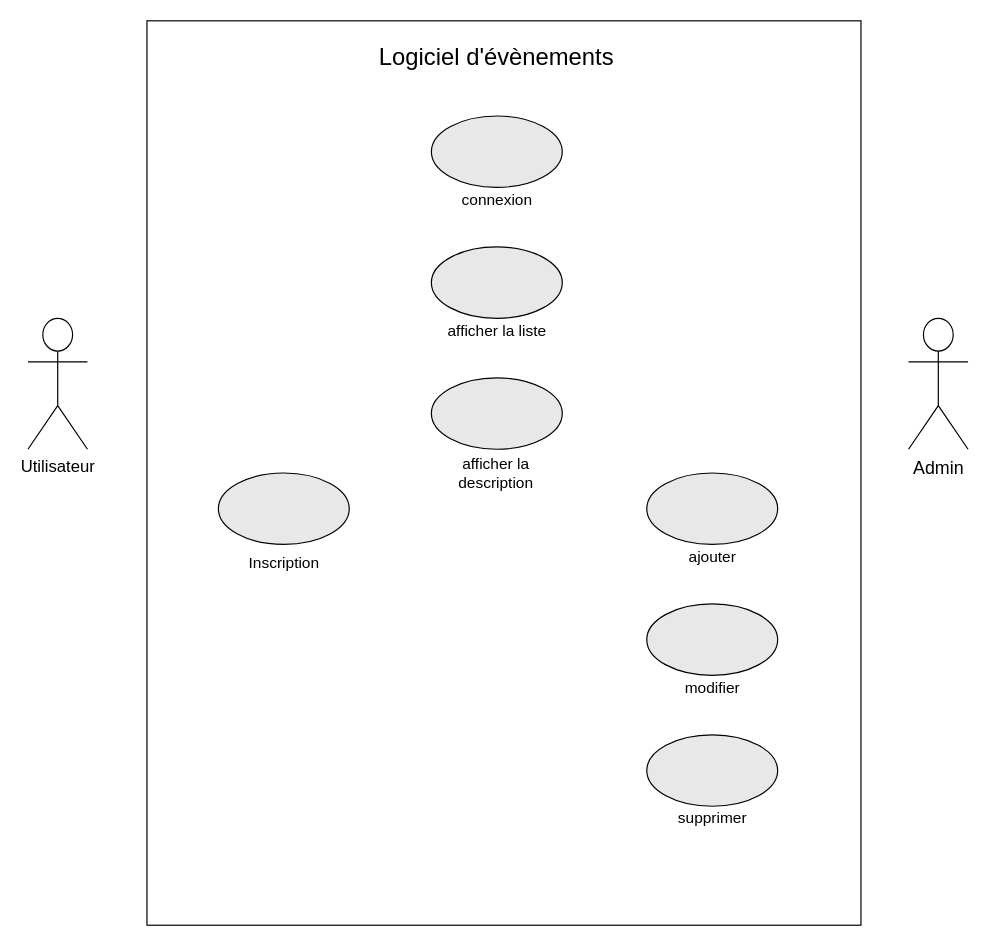
The draw.io diagram Untitled Diagram.drawio in Thhems/GLPOO-MALIX, before the edit. Source tidied: cells renumbered, new cells numbered last; positions are measured from the earlier drawing's top-left corner, leaving out a move shared by most shapes. Both pictures are drawn from the tidied source at 119%, with x=0, y=0 at pixel (27, 20).
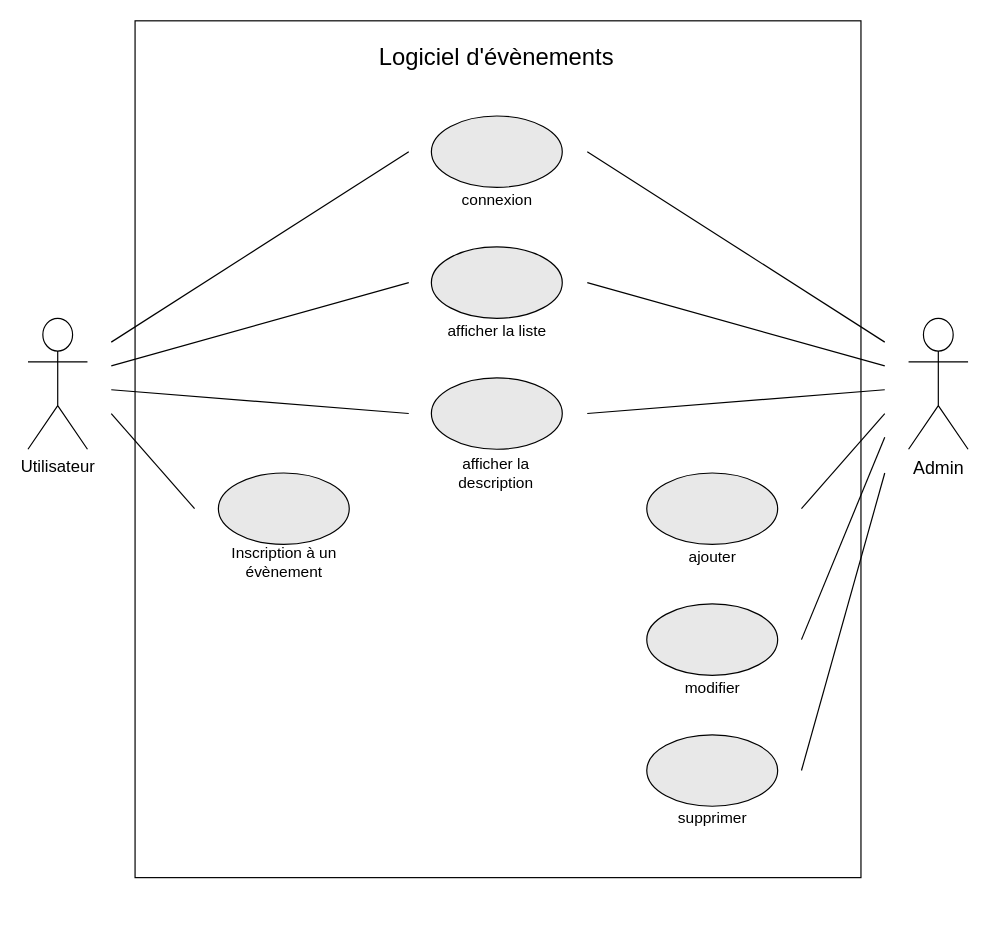
The same diagram, later.

Commit message:
Use case Diagram.drawio

Diff of the diagram source:
```diff
@@
+    <mxCell id="20" style="rounded=0;whiteSpace=wrap;html=1;gradientColor=none;fillColor=#FFFFFF;" parent="1" vertex="1">
+      <mxGeometry x="90" width="610" height="720" as="geometry" />
+    </mxCell>
@@
-    <mxCell id="4" style="rounded=0;whiteSpace=wrap;html=1;" parent="1" vertex="1">
-      <mxGeometry x="100" width="600" height="760" as="geometry" />
-    </mxCell>
@@
-    <mxCell id="12" value="&lt;font style=&quot;font-size: 13px&quot;&gt;Inscription&lt;/font&gt;" style="text;html=1;strokeColor=none;fillColor=none;align=center;verticalAlign=middle;whiteSpace=wrap;rounded=0;" parent="1" vertex="1">
+    <mxCell id="12" value="&lt;font style=&quot;font-size: 13px&quot;&gt;Inscription à un évènement&lt;/font&gt;" style="text;html=1;strokeColor=none;fillColor=none;align=center;verticalAlign=middle;whiteSpace=wrap;rounded=0;" parent="1" vertex="1">
       <mxGeometry x="167.5" y="445" width="95" height="20" as="geometry" />
     </mxCell>
@@
+    <mxCell id="21" style="endArrow=none;html=1;" parent="1" edge="1">
+      <mxGeometry relative="1" as="geometry">
+        <mxPoint x="70" y="270" as="sourcePoint" />
+        <mxPoint x="320" y="110" as="targetPoint" />
+      </mxGeometry>
+    </mxCell>
+    <mxCell id="22" style="endArrow=none;html=1;" parent="1" edge="1">
+      <mxGeometry relative="1" as="geometry">
+        <mxPoint x="70" y="290" as="sourcePoint" />
+        <mxPoint x="320" y="220" as="targetPoint" />
+      </mxGeometry>
+    </mxCell>
+    <mxCell id="23" style="endArrow=none;html=1;" parent="1" edge="1">
+      <mxGeometry relative="1" as="geometry">
+        <mxPoint x="70" y="310" as="sourcePoint" />
+        <mxPoint x="320" y="330" as="targetPoint" />
+      </mxGeometry>
+    </mxCell>
+    <mxCell id="24" style="endArrow=none;html=1;" parent="1" edge="1">
+      <mxGeometry relative="1" as="geometry">
+        <mxPoint x="70" y="330" as="sourcePoint" />
+        <mxPoint x="140" y="410" as="targetPoint" />
+      </mxGeometry>
+    </mxCell>
+    <mxCell id="25" style="endArrow=none;html=1;" parent="1" edge="1">
+      <mxGeometry relative="1" as="geometry">
+        <mxPoint x="720" y="270" as="sourcePoint" />
+        <mxPoint x="470" y="110" as="targetPoint" />
+      </mxGeometry>
+    </mxCell>
+    <mxCell id="26" style="endArrow=none;html=1;" parent="1" edge="1">
+      <mxGeometry relative="1" as="geometry">
+        <mxPoint x="720" y="290" as="sourcePoint" />
+        <mxPoint x="470" y="220" as="targetPoint" />
+      </mxGeometry>
+    </mxCell>
+    <mxCell id="27" style="endArrow=none;html=1;" parent="1" edge="1">
+      <mxGeometry relative="1" as="geometry">
+        <mxPoint x="720" y="310" as="sourcePoint" />
+        <mxPoint x="470" y="330" as="targetPoint" />
+      </mxGeometry>
+    </mxCell>
+    <mxCell id="28" style="endArrow=none;html=1;" parent="1" edge="1">
+      <mxGeometry relative="1" as="geometry">
+        <mxPoint x="720" y="330" as="sourcePoint" />
+        <mxPoint x="650" y="410" as="targetPoint" />
+      </mxGeometry>
+    </mxCell>
+    <mxCell id="29" style="endArrow=none;html=1;" parent="1" edge="1">
+      <mxGeometry relative="1" as="geometry">
+        <mxPoint x="720" y="350" as="sourcePoint" />
+        <mxPoint x="650" y="520" as="targetPoint" />
+      </mxGeometry>
+    </mxCell>
+    <mxCell id="30" style="endArrow=none;html=1;" parent="1" edge="1">
+      <mxGeometry relative="1" as="geometry">
+        <mxPoint x="720" y="380" as="sourcePoint" />
+        <mxPoint x="650" y="630" as="targetPoint" />
+      </mxGeometry>
+    </mxCell>
```
